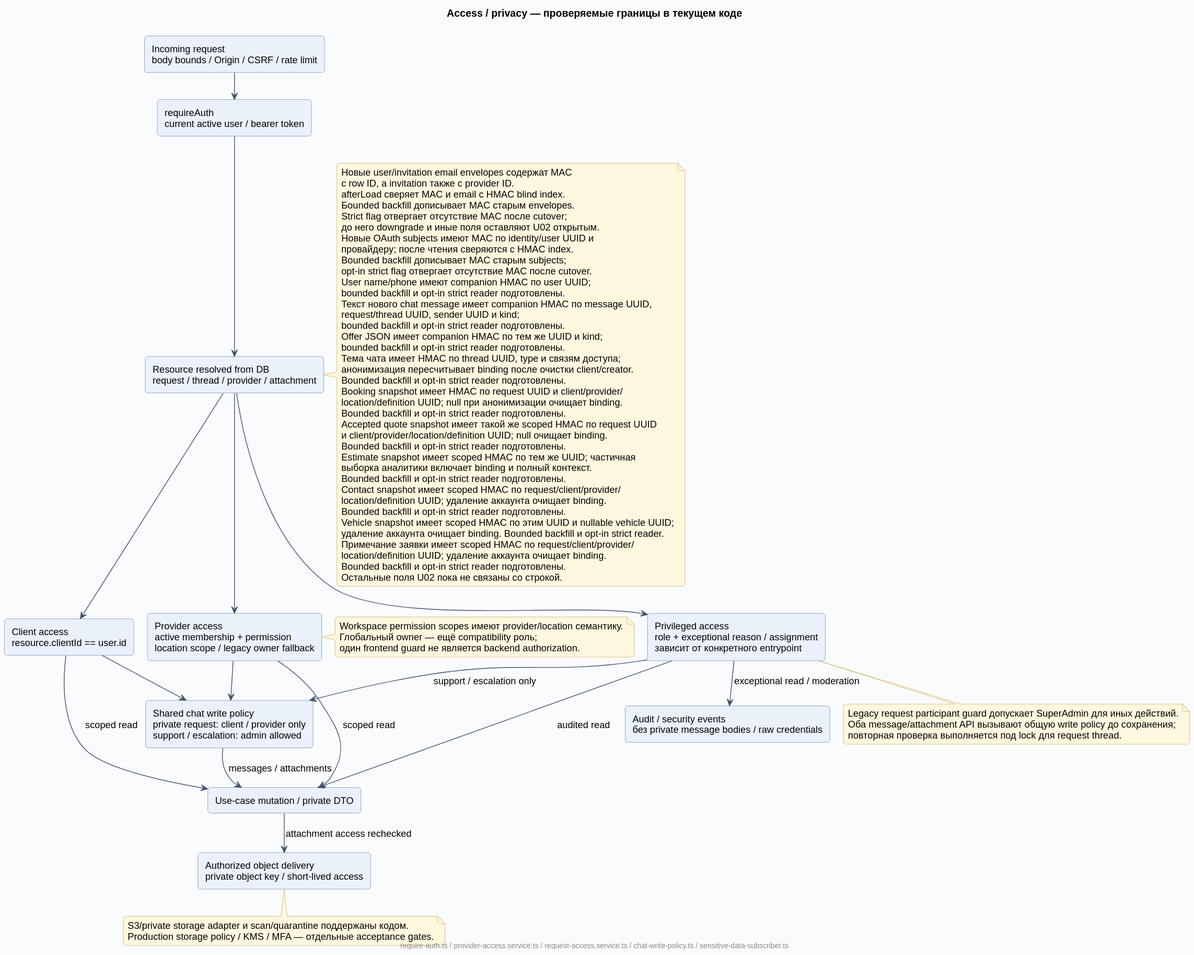
This is docs/diagrams/rendered/09-access-privacy.svg from Dima163163/auto-care-hub, a PlantUML export, as it was before one commit.
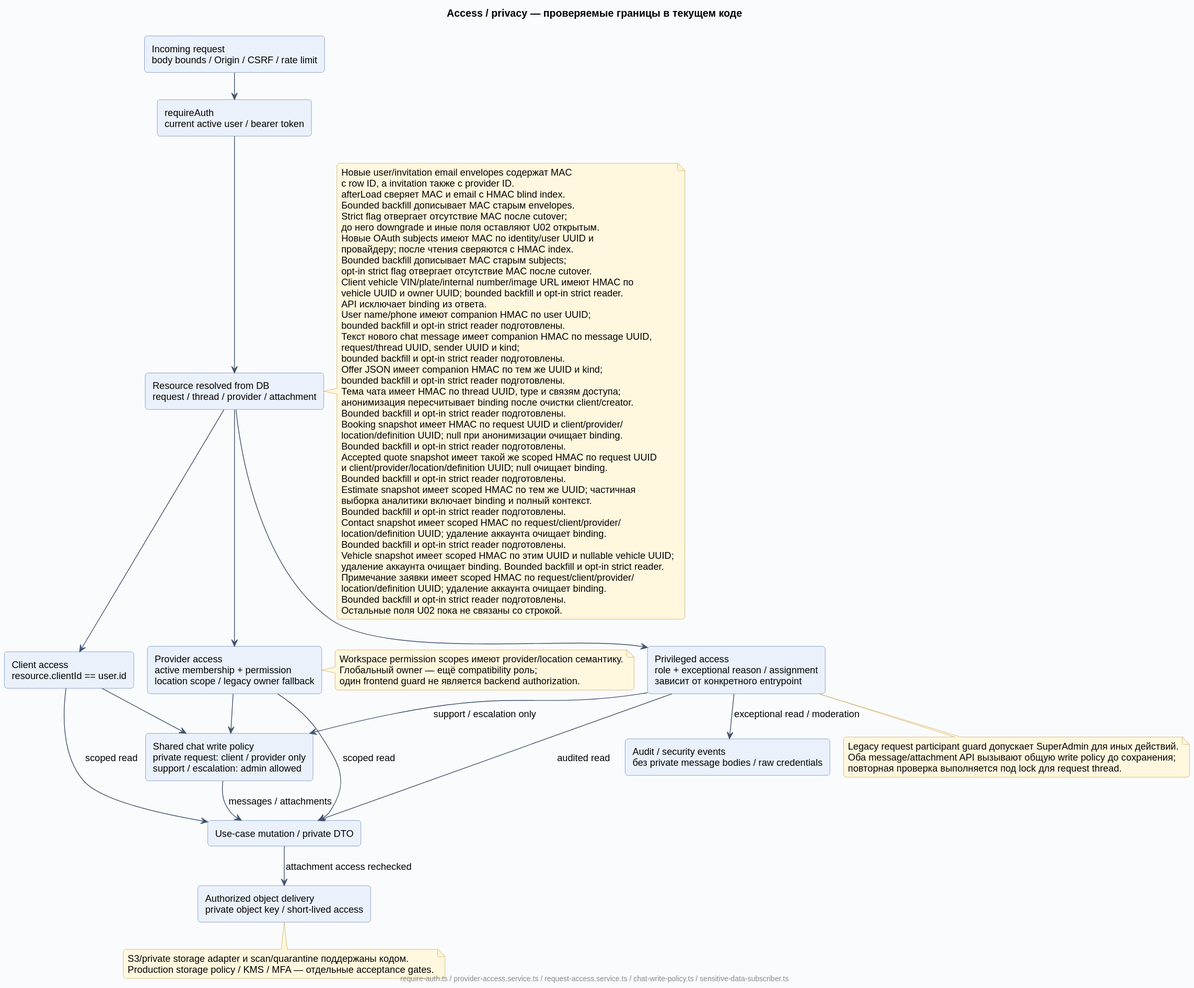
The same diagram one commit later.

Diff of the diagram source:
```diff
@@ -42,6 +42,9 @@
   провайдеру; после чтения сверяются с HMAC index.
   Bounded backfill дописывает MAC старым subjects;
   opt-in strict flag отвергает отсутствие MAC после cutover.
+  Client vehicle VIN/plate/internal number/image URL имеют HMAC по
+  vehicle UUID и owner UUID; bounded backfill и opt-in strict reader.
+  API исключает binding из ответа.
   User name/phone имеют companion HMAC по user UUID;
   bounded backfill и opt-in strict reader подготовлены.
   Текст нового chat message имеет companion HMAC по message UUID,
```
